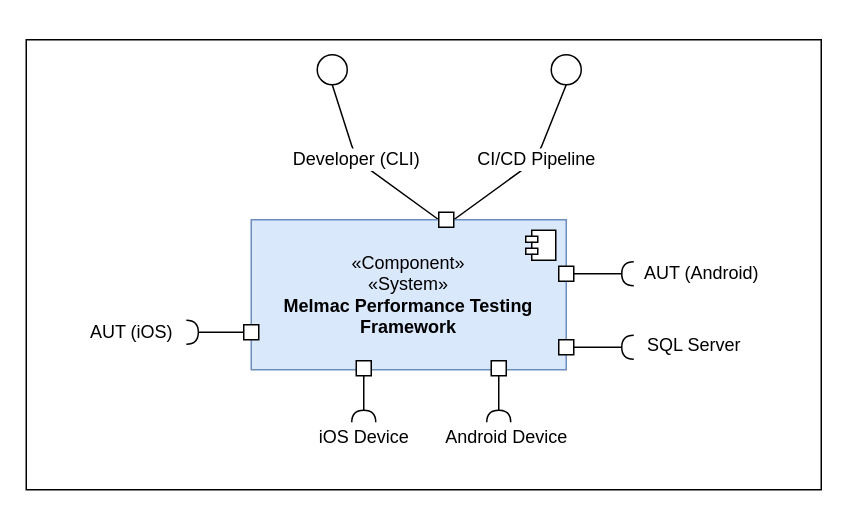
The draw.io diagram docs/global-artifacts/03.design/logical-view/level-1/drawio/L1-LV.drawio in Mindera/Alfie-Melmac-Performance-Testing, before the edit. Source tidied: cells renumbered, new cells numbered last; positions are measured from the earlier drawing's top-left corner, leaving out a move shared by most shapes. Both pictures are drawn from the tidied source at 150%, with x=0, y=0 at pixel (26, 39).
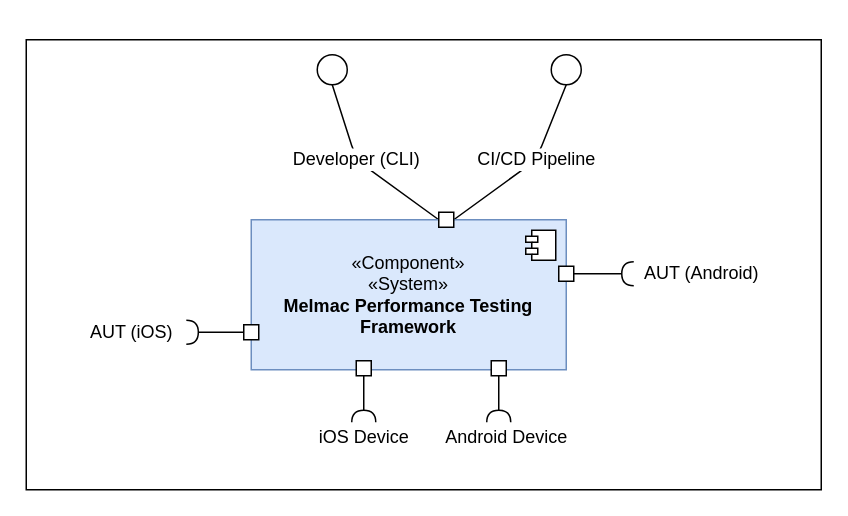
Above is the later version.

Change to the diagram source:
```diff
@@
-    <mxCell id="19" style="whiteSpace=wrap;html=1;" parent="7" vertex="1">
-      <mxGeometry x="355" y="200" width="10" height="10" as="geometry" />
-    </mxCell>
-    <mxCell id="20" style="rounded=0;jettySize=auto;html=1;endArrow=halfCircle;endFill=0;endSize=6;strokeWidth=1;sketch=0;fontSize=12;curved=1;entryX=0.5;entryY=0.5;entryDx=0;entryDy=0;exitX=1;exitY=0.5;exitDx=0;exitDy=0;entryPerimeter=0;" parent="7" edge="1" source="19">
-      <mxGeometry relative="1" as="geometry">
-        <mxPoint x="405" y="205" as="targetPoint" />
-      </mxGeometry>
-    </mxCell>
-    <mxCell id="21" value="SQL Server" style="text;html=1;align=center;verticalAlign=middle;strokeColor=none;fillColor=none;rotation=0;" parent="7" vertex="1">
-      <mxGeometry x="400" y="189" width="90" height="30" as="geometry" />
-    </mxCell>
```
